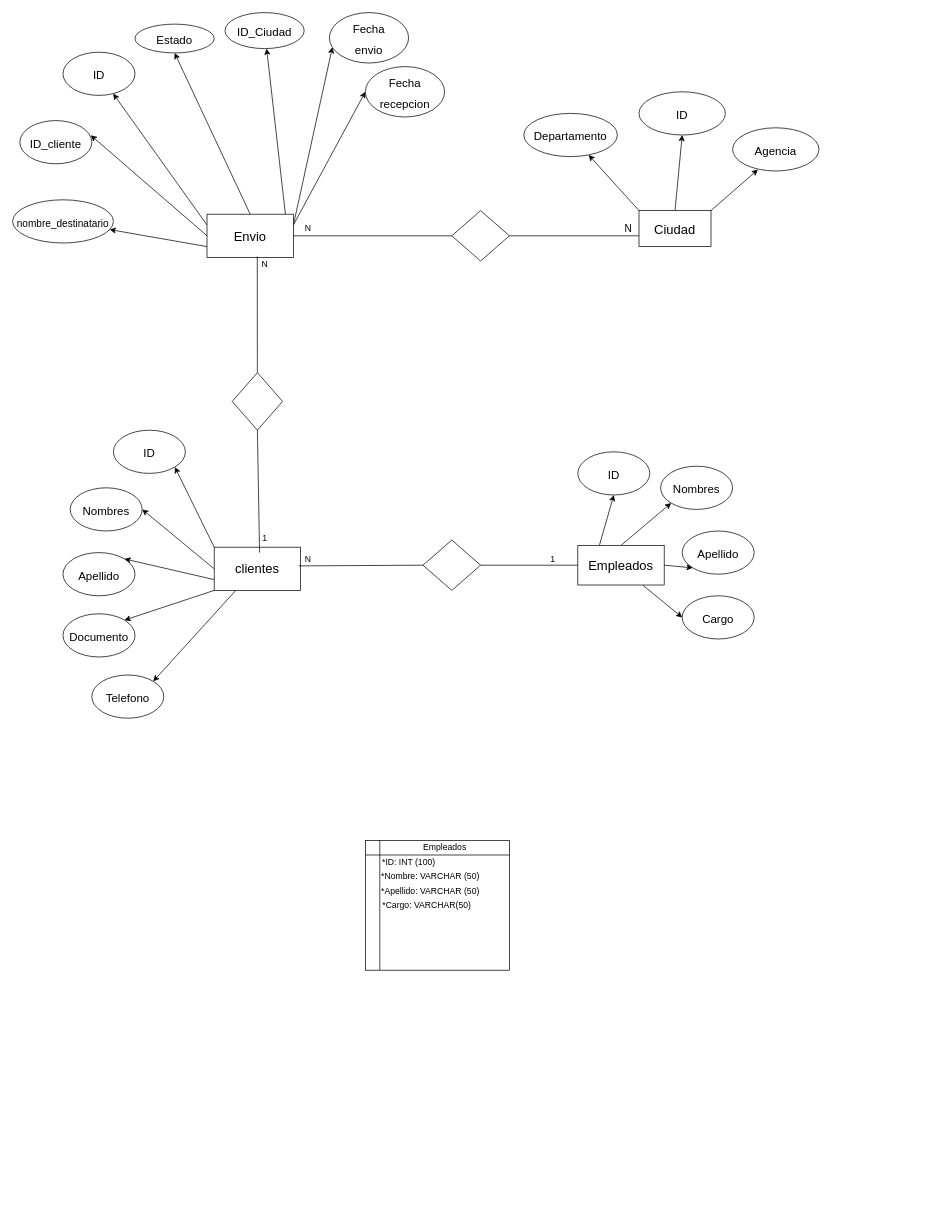
Above: Mer_V3.drawio in mateovillaa11/Proyecto_FindeA-o (draw.io), before the change. Source tidied: cells renumbered, new cells numbered last; positions are measured from the earlier drawing's top-left corner, leaving out a move shared by most shapes. Both pictures are drawn from the tidied source at 72%, with x=0, y=0 at pixel (12, 12).
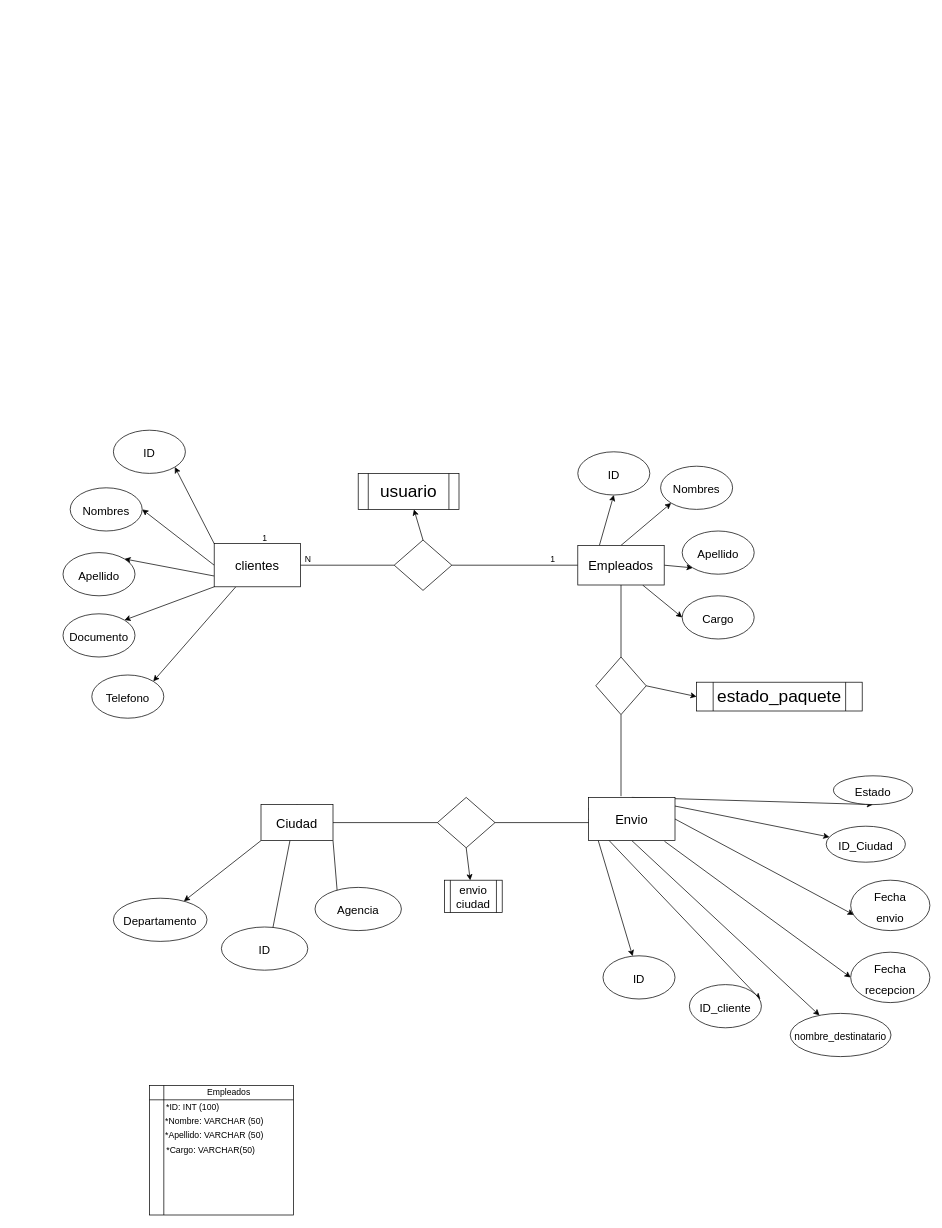
The same page after the edit.

Commit message:
nuevo mer

Unchanged cells that the change refers to:
```xml
<mxCell id="38" value="N" style="text;html=1;align=center;verticalAlign=middle;points=[];strokeColor=none;fillColor=none;" parent="1" vertex="1">
  <mxGeometry x="400" y="750" width="20" height="20" as="geometry" />
</mxCell>
<mxCell id="43" value="&lt;span style=&quot;font-size: 18px&quot;&gt;Empleados&lt;/span&gt;" style="rounded=0;whiteSpace=wrap;html=1;" parent="1" vertex="1">
  <mxGeometry x="785" y="740" width="120" height="55" as="geometry" />
</mxCell>
```

What changed in the source:
```diff
@@
     <mxCell id="7" value="&lt;font style=&quot;font-size: 18px&quot;&gt;clientes&lt;/font&gt;" style="rounded=0;whiteSpace=wrap;html=1;" parent="1" vertex="1">
-      <mxGeometry x="280" y="742.5" width="120" height="60" as="geometry" />
+      <mxGeometry x="280" y="737.5" width="120" height="60" as="geometry" />
     </mxCell>
@@
-    <mxCell id="12" style="edgeStyle=none;html=1;exitX=0;exitY=0.75;exitDx=0;exitDy=0;fontSize=16;" parent="1" edge="1" source="18" target="21">
+    <mxCell id="12" style="edgeStyle=none;html=1;exitX=0.5;exitY=1;exitDx=0;exitDy=0;fontSize=16;" parent="1" edge="1" source="18" target="21">
       <mxGeometry relative="1" as="geometry" />
     </mxCell>
-    <mxCell id="13" style="edgeStyle=none;html=1;exitX=1;exitY=0.25;exitDx=0;exitDy=0;fontSize=14;entryX=0;entryY=0.5;entryDx=0;entryDy=0;" parent="1" edge="1" source="18" target="22">
+    <mxCell id="13" style="edgeStyle=none;html=1;exitX=0.878;exitY=1.015;exitDx=0;exitDy=0;fontSize=14;entryX=0;entryY=0.5;entryDx=0;entryDy=0;exitPerimeter=0;" parent="1" edge="1" source="18" target="22">
       <mxGeometry relative="1" as="geometry" />
     </mxCell>
-    <mxCell id="14" style="edgeStyle=none;html=1;exitX=1;exitY=0.25;exitDx=0;exitDy=0;fontSize=14;entryX=0.038;entryY=0.686;entryDx=0;entryDy=0;entryPerimeter=0;" parent="1" edge="1" source="18" target="23">
+    <mxCell id="14" style="edgeStyle=none;html=1;exitX=1;exitY=0.5;exitDx=0;exitDy=0;fontSize=14;entryX=0.038;entryY=0.686;entryDx=0;entryDy=0;entryPerimeter=0;" parent="1" edge="1" source="18" target="23">
       <mxGeometry relative="1" as="geometry" />
     </mxCell>
@@
     <mxCell id="18" value="&lt;span style=&quot;font-size: 18px&quot;&gt;Envio&lt;/span&gt;" style="rounded=0;whiteSpace=wrap;html=1;fontSize=24;" parent="1" vertex="1">
-      <mxGeometry x="270" y="280" width="120" height="60" as="geometry" />
+      <mxGeometry x="800" y="1090" width="120" height="60" as="geometry" />
     </mxCell>
@@
     <mxCell id="20" value="&lt;span style=&quot;font-size: 16px&quot;&gt;ID&lt;/span&gt;" style="ellipse;whiteSpace=wrap;html=1;fontSize=24;" parent="1" vertex="1">
-      <mxGeometry x="70" y="55" width="100" height="60" as="geometry" />
+      <mxGeometry x="820" y="1310" width="100" height="60" as="geometry" />
     </mxCell>
     <mxCell id="21" value="&lt;font style=&quot;font-size: 14px&quot;&gt;nombre_destinatario&lt;/font&gt;" style="ellipse;whiteSpace=wrap;html=1;fontSize=24;" parent="1" vertex="1">
-      <mxGeometry y="260" width="140" height="60" as="geometry" />
+      <mxGeometry x="1080" y="1390" width="140" height="60" as="geometry" />
     </mxCell>
     <mxCell id="22" value="&lt;span style=&quot;font-size: 16px&quot;&gt;Fecha&lt;br&gt;recepcion&lt;br&gt;&lt;/span&gt;" style="ellipse;whiteSpace=wrap;html=1;fontSize=24;" parent="1" vertex="1">
-      <mxGeometry x="490" y="75" width="110" height="70" as="geometry" />
+      <mxGeometry x="1164" y="1305" width="110" height="70" as="geometry" />
     </mxCell>
     <mxCell id="23" value="&lt;span style=&quot;font-size: 16px&quot;&gt;Fecha&lt;br&gt;envio&lt;br&gt;&lt;/span&gt;" style="ellipse;whiteSpace=wrap;html=1;fontSize=24;" parent="1" vertex="1">
-      <mxGeometry x="440" width="110" height="70" as="geometry" />
+      <mxGeometry x="1164" y="1205" width="110" height="70" as="geometry" />
     </mxCell>
     <mxCell id="24" value="&lt;span style=&quot;font-size: 16px&quot;&gt;ID_Ciudad&lt;br&gt;&lt;/span&gt;" style="ellipse;whiteSpace=wrap;html=1;fontSize=24;" parent="1" vertex="1">
-      <mxGeometry x="295" width="110" height="50" as="geometry" />
+      <mxGeometry x="1130" y="1130" width="110" height="50" as="geometry" />
     </mxCell>
-    <mxCell id="25" style="edgeStyle=none;html=1;exitX=0;exitY=0;exitDx=0;exitDy=0;fontSize=14;" parent="1" edge="1" source="28" target="29">
+    <mxCell id="25" style="edgeStyle=none;html=1;exitX=0;exitY=1;exitDx=0;exitDy=0;fontSize=14;" parent="1" edge="1" source="28" target="29">
       <mxGeometry relative="1" as="geometry" />
     </mxCell>
@@
-    <mxCell id="27" style="edgeStyle=none;html=1;exitX=1;exitY=0;exitDx=0;exitDy=0;fontSize=14;entryX=0.293;entryY=0.967;entryDx=0;entryDy=0;entryPerimeter=0;" parent="1" edge="1" source="28" target="31">
+    <mxCell id="27" style="edgeStyle=none;html=1;exitX=1;exitY=1;exitDx=0;exitDy=0;fontSize=14;entryX=0.293;entryY=0.967;entryDx=0;entryDy=0;entryPerimeter=0;" parent="1" edge="1" source="28" target="31">
       <mxGeometry relative="1" as="geometry" />
     </mxCell>
     <mxCell id="28" value="&lt;span style=&quot;font-size: 18px&quot;&gt;Ciudad&lt;/span&gt;" style="rounded=0;whiteSpace=wrap;html=1;fontSize=24;" parent="1" vertex="1">
-      <mxGeometry x="870" y="275" width="100" height="50" as="geometry" />
+      <mxGeometry x="345" y="1100" width="100" height="50" as="geometry" />
     </mxCell>
     <mxCell id="29" value="&lt;p&gt;&lt;font size=&quot;3&quot;&gt;Departamento&lt;/font&gt;&lt;/p&gt;" style="ellipse;whiteSpace=wrap;html=1;fontSize=24;" parent="1" vertex="1">
-      <mxGeometry x="710" y="140" width="130" height="60" as="geometry" />
+      <mxGeometry x="140" y="1230" width="130" height="60" as="geometry" />
     </mxCell>
     <mxCell id="30" value="&lt;p&gt;&lt;font size=&quot;3&quot;&gt;ID&lt;/font&gt;&lt;/p&gt;" style="ellipse;whiteSpace=wrap;html=1;fontSize=24;" parent="1" vertex="1">
-      <mxGeometry x="870" y="110" width="120" height="60" as="geometry" />
+      <mxGeometry x="290" y="1270" width="120" height="60" as="geometry" />
     </mxCell>
     <mxCell id="31" value="&lt;font size=&quot;3&quot;&gt;Agencia&lt;/font&gt;" style="ellipse;whiteSpace=wrap;html=1;fontSize=24;" parent="1" vertex="1">
-      <mxGeometry x="1000" y="160" width="120" height="60" as="geometry" />
+      <mxGeometry x="420" y="1215" width="120" height="60" as="geometry" />
     </mxCell>
     <mxCell id="32" value="&lt;span style=&quot;font-size: 16px&quot;&gt;Estado&lt;br&gt;&lt;/span&gt;" style="ellipse;whiteSpace=wrap;html=1;fontSize=24;" parent="1" vertex="1">
-      <mxGeometry x="170" y="16" width="110" height="40" as="geometry" />
+      <mxGeometry x="1140" y="1060" width="110" height="40" as="geometry" />
     </mxCell>
-    <mxCell id="33" value="N" style="text;html=1;align=center;verticalAlign=middle;strokeColor=none;fillColor=none;fontSize=14;" parent="1" vertex="1">
-      <mxGeometry x="840" y="290" width="30" height="20" as="geometry" />
-    </mxCell>
-    <mxCell id="34" style="endArrow=none;html=1;entryX=-0.129;entryY=0.922;entryDx=0;entryDy=0;exitX=0;exitY=0.5;exitDx=0;exitDy=0;startArrow=none;entryPerimeter=0;" parent="1" edge="1" source="35" target="38">
+    <mxCell id="34" style="endArrow=none;html=1;entryX=0;entryY=0.875;entryDx=0;entryDy=0;exitX=0;exitY=0.5;exitDx=0;exitDy=0;startArrow=none;entryPerimeter=0;" parent="1" edge="1" source="35" target="38">
       <mxGeometry relative="1" as="geometry" />
     </mxCell>
+    <mxCell id="65" style="edgeStyle=none;html=1;exitX=0.5;exitY=0;exitDx=0;exitDy=0;fontSize=24;" parent="1" edge="1" source="35" target="75">
+      <mxGeometry relative="1" as="geometry" />
+    </mxCell>
     <mxCell id="35" style="rhombus;whiteSpace=wrap;html=1;fontSize=14;" parent="1" vertex="1">
-      <mxGeometry x="570" y="732.5" width="80" height="70" as="geometry" />
+      <mxGeometry x="530" y="732.5" width="80" height="70" as="geometry" />
     </mxCell>
@@
     <mxCell id="48" value="&lt;span style=&quot;font-size: 16px&quot;&gt;ID_cliente&lt;/span&gt;" style="ellipse;whiteSpace=wrap;html=1;fontSize=24;" parent="1" vertex="1">
-      <mxGeometry x="10" y="150" width="100" height="60" as="geometry" />
+      <mxGeometry x="940" y="1350" width="100" height="60" as="geometry" />
     </mxCell>
@@
-    <mxCell id="50" value="N" style="text;html=1;align=center;verticalAlign=middle;points=[];strokeColor=none;fillColor=none;" parent="1" vertex="1">
-      <mxGeometry x="340" y="340" width="20" height="20" as="geometry" />
-    </mxCell>
+    <mxCell id="66" style="edgeStyle=none;html=1;exitX=0.5;exitY=1;exitDx=0;exitDy=0;entryX=0.445;entryY=0.004;entryDx=0;entryDy=0;entryPerimeter=0;" parent="1" edge="1" source="51" target="73">
+      <mxGeometry relative="1" as="geometry" />
+    </mxCell>
     <mxCell id="51" style="rhombus;whiteSpace=wrap;html=1;fontSize=14;" parent="1" vertex="1">
-      <mxGeometry x="610" y="275" width="80" height="70" as="geometry" />
+      <mxGeometry x="590" y="1090" width="80" height="70" as="geometry" />
     </mxCell>
-    <mxCell id="52" style="edgeStyle=none;html=1;exitX=1;exitY=0.5;exitDx=0;exitDy=0;entryX=0;entryY=0.5;entryDx=0;entryDy=0;endArrow=none;" parent="1" edge="1" source="18" target="51">
-      <mxGeometry relative="1" as="geometry" />
-    </mxCell>
-    <mxCell id="53" value="N" style="text;html=1;align=center;verticalAlign=middle;strokeColor=none;fillColor=none;" parent="1" vertex="1">
-      <mxGeometry x="400" y="290" width="20" height="20" as="geometry" />
-    </mxCell>
-    <mxCell id="54" style="endArrow=none;html=1;entryX=-0.009;entryY=-0.058;entryDx=0;entryDy=0;entryPerimeter=0;startArrow=none;" parent="1" edge="1" source="56" target="50">
-      <mxGeometry relative="1" as="geometry" />
-    </mxCell>
-    <mxCell id="55" style="endArrow=none;html=1;exitX=1;exitY=0.5;exitDx=0;exitDy=0;" parent="1" edge="1" source="51">
-      <mxGeometry relative="1" as="geometry">
-        <mxPoint x="870" y="310" as="targetPoint" />
-      </mxGeometry>
-    </mxCell>
-    <mxCell id="56" style="rhombus;whiteSpace=wrap;html=1;fontSize=14;direction=north;rotation=-180;" parent="1" vertex="1">
-      <mxGeometry x="305" y="500" width="70" height="80" as="geometry" />
-    </mxCell>
-    <mxCell id="57" style="endArrow=none;html=1;entryX=1;entryY=0.5;entryDx=0;entryDy=0;" parent="1" edge="1" target="56">
-      <mxGeometry relative="1" as="geometry">
-        <mxPoint x="343" y="750" as="sourcePoint" />
-      </mxGeometry>
-    </mxCell>
     <mxCell id="58" style="shape=internalStorage;whiteSpace=wrap;html=1;backgroundOutline=1;" parent="1" vertex="1">
-      <mxGeometry x="490" y="1150" width="200" height="180" as="geometry" />
+      <mxGeometry x="190" y="1490" width="200" height="180" as="geometry" />
     </mxCell>
     <mxCell id="59" value="Empleados" style="text;html=1;align=center;verticalAlign=middle;strokeColor=none;fillColor=none;" parent="1" vertex="1">
-      <mxGeometry x="560" y="1150" width="80" height="20" as="geometry" />
+      <mxGeometry x="260" y="1490" width="80" height="20" as="geometry" />
     </mxCell>
     <mxCell id="60" value="*ID: INT (100)" style="text;html=1;align=center;verticalAlign=middle;strokeColor=none;fillColor=none;" parent="1" vertex="1">
-      <mxGeometry x="505" y="1170" width="90" height="20" as="geometry" />
+      <mxGeometry x="205" y="1510" width="90" height="20" as="geometry" />
     </mxCell>
     <mxCell id="61" value="*Nombre: VARCHAR (50)" style="text;html=1;align=center;verticalAlign=middle;strokeColor=none;fillColor=none;" parent="1" vertex="1">
-      <mxGeometry x="505" y="1190" width="150" height="20" as="geometry" />
+      <mxGeometry x="205" y="1530" width="150" height="20" as="geometry" />
     </mxCell>
     <mxCell id="62" value="*Apellido: VARCHAR (50)" style="text;html=1;align=center;verticalAlign=middle;strokeColor=none;fillColor=none;" parent="1" vertex="1">
-      <mxGeometry x="505" y="1210" width="150" height="20" as="geometry" />
+      <mxGeometry x="205" y="1550" width="150" height="20" as="geometry" />
     </mxCell>
     <mxCell id="63" value="*Cargo: VARCHAR(50)" style="text;html=1;align=center;verticalAlign=middle;strokeColor=none;fillColor=none;" parent="1" vertex="1">
-      <mxGeometry x="505" y="1230" width="140" height="20" as="geometry" />
+      <mxGeometry x="205" y="1570" width="140" height="20" as="geometry" />
     </mxCell>
@@
+    <mxCell id="67" style="endArrow=none;html=1;exitX=1;exitY=0.5;exitDx=0;exitDy=0;entryX=0;entryY=0.5;entryDx=0;entryDy=0;" parent="1" edge="1" source="28" target="51">
+      <mxGeometry relative="1" as="geometry" />
+    </mxCell>
+    <mxCell id="68" style="endArrow=none;html=1;exitX=1;exitY=0.5;exitDx=0;exitDy=0;" parent="1" edge="1" source="51">
+      <mxGeometry relative="1" as="geometry">
+        <mxPoint x="800" y="1125" as="targetPoint" />
+      </mxGeometry>
+    </mxCell>
+    <mxCell id="69" style="edgeStyle=none;html=1;exitX=0.5;exitY=0;exitDx=0;exitDy=0;fontSize=24;entryX=0;entryY=0.5;entryDx=0;entryDy=0;" parent="1" edge="1" source="70" target="74">
+      <mxGeometry relative="1" as="geometry" />
+    </mxCell>
+    <mxCell id="70" style="rhombus;whiteSpace=wrap;html=1;fontSize=14;rotation=90;" parent="1" vertex="1">
+      <mxGeometry x="805" y="900" width="80" height="70" as="geometry" />
+    </mxCell>
+    <mxCell id="71" style="edgeStyle=none;html=1;endArrow=none;exitX=0.5;exitY=1;exitDx=0;exitDy=0;" parent="1" edge="1" source="43" target="70">
+      <mxGeometry relative="1" as="geometry" />
+    </mxCell>
+    <mxCell id="72" style="endArrow=none;html=1;entryX=1;entryY=0.5;entryDx=0;entryDy=0;exitX=0.375;exitY=-0.028;exitDx=0;exitDy=0;exitPerimeter=0;" parent="1" edge="1" source="18" target="70">
+      <mxGeometry relative="1" as="geometry" />
+    </mxCell>
+    <mxCell id="73" value="&lt;font size=&quot;3&quot;&gt;envio ciudad&lt;/font&gt;" style="shape=process;whiteSpace=wrap;html=1;backgroundOutline=1;" parent="1" vertex="1">
+      <mxGeometry x="600" y="1205" width="80" height="45" as="geometry" />
+    </mxCell>
+    <mxCell id="74" value="estado_paquete" style="shape=process;whiteSpace=wrap;html=1;backgroundOutline=1;fontSize=24;" parent="1" vertex="1">
+      <mxGeometry x="950" y="930" width="230" height="40" as="geometry" />
+    </mxCell>
+    <mxCell id="75" value="usuario" style="shape=process;whiteSpace=wrap;html=1;backgroundOutline=1;fontSize=24;" parent="1" vertex="1">
+      <mxGeometry x="480" y="640" width="140" height="50" as="geometry" />
+    </mxCell>
```
